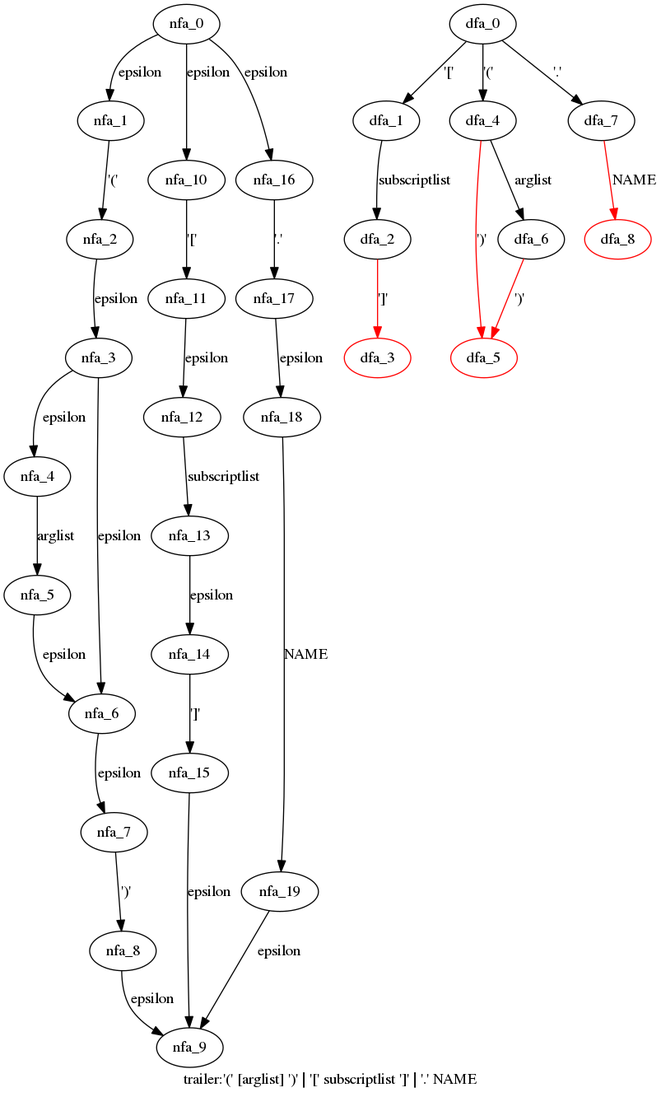
This is cpython/grammar/handwrite/nfa_dfas/71.trailer.dot.png from WinChua/blog, a Graphviz export, as it was before one commit. Its source is kept beside it as cpython/grammar/handwrite/nfa_dfas/71.trailer.dot.
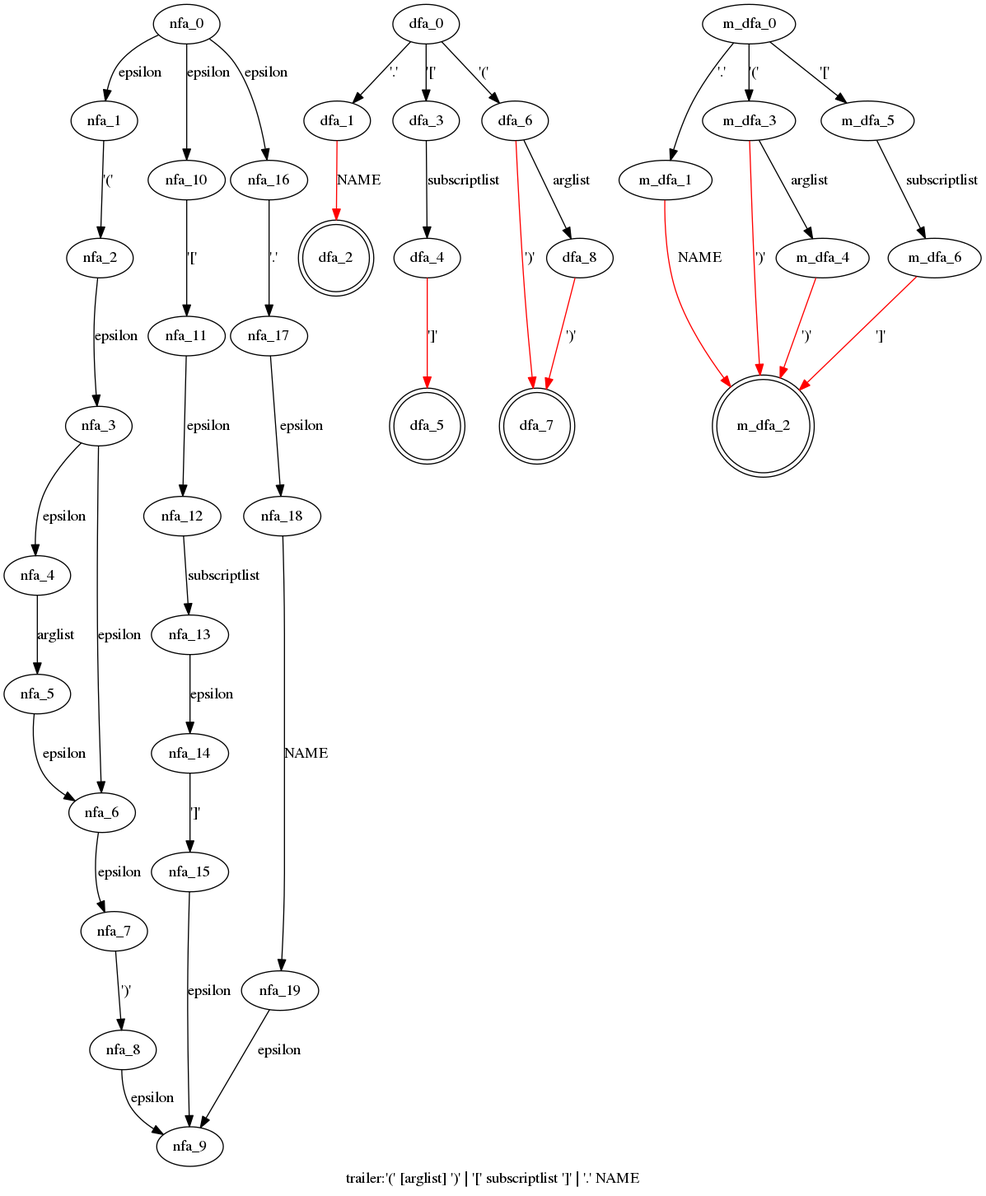
Above is the later version.

What changed in the source:
```diff
@@ -25,17 +25,29 @@
   nfa_19->nfa_9[label="epsilon"]
   }
  subgraph trailer_dfa {
-  dfa_0->dfa_1[label="'['"]
-  dfa_1->dfa_2[label="subscriptlist"]
-  dfa_2->dfa_3[label="']'",color=red]
-  dfa_0->dfa_4[label="'('"]
-  dfa_4->dfa_5[label="')'",color=red]
-  dfa_4->dfa_6[label="arglist"]
-  dfa_6->dfa_5[label="')'",color=red]
-  dfa_0->dfa_7[label="'.'"]
-  dfa_7->dfa_8[label="NAME",color=red]
-  dfa_8[color=red]
-  dfa_3[color=red]
-  dfa_5[color=red]
+  dfa_0->dfa_1[label="'.'"]
+  dfa_1->dfa_2[label="NAME",color=red]
+  dfa_0->dfa_3[label="'['"]
+  dfa_3->dfa_4[label="subscriptlist"]
+  dfa_4->dfa_5[label="']'",color=red]
+  dfa_0->dfa_6[label="'('"]
+  dfa_6->dfa_7[label="')'",color=red]
+  dfa_6->dfa_8[label="arglist"]
+  dfa_8->dfa_7[label="')'",color=red]
+  dfa_2[shape=doublecircle]
+  dfa_5[shape=doublecircle]
+  dfa_7[shape=doublecircle]
+  }
+ subgraph trailer_m_dfa {
+  m_dfa_0->m_dfa_1[label="'.'"]
+  m_dfa_1->m_dfa_2[label="NAME",color=red]
+  m_dfa_0->m_dfa_3[label="'('"]
+  m_dfa_3->m_dfa_2[label="')'",color=red]
+  m_dfa_3->m_dfa_4[label="arglist"]
+  m_dfa_4->m_dfa_2[label="')'",color=red]
+  m_dfa_0->m_dfa_5[label="'['"]
+  m_dfa_5->m_dfa_6[label="subscriptlist"]
+  m_dfa_6->m_dfa_2[label="']'",color=red]
+  m_dfa_2[shape=doublecircle]
   }
 }
```
